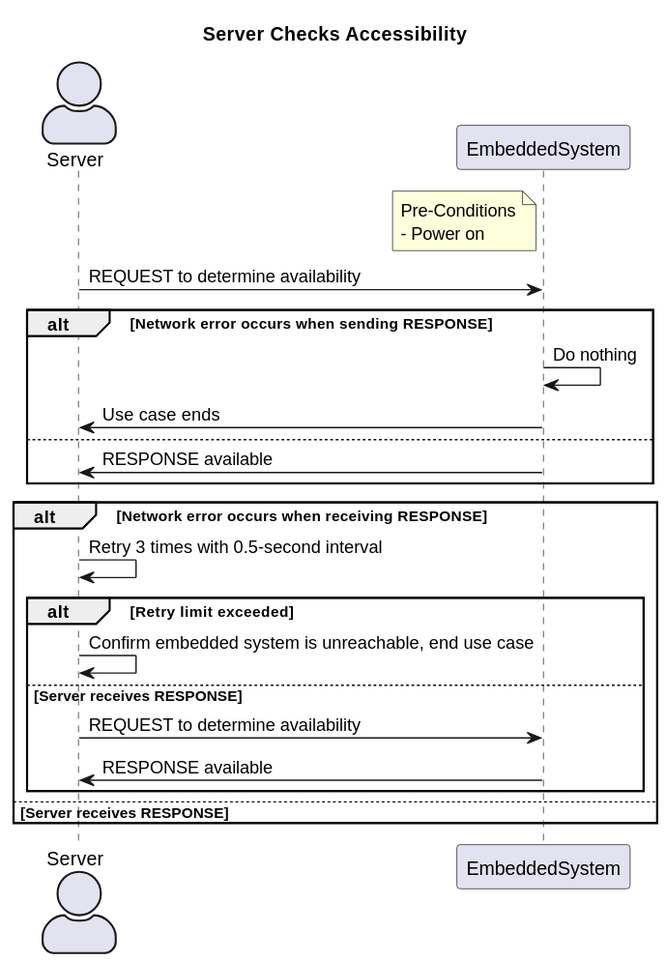
The PlantUML diagram project/RA/UseCasePack/SequenceDiagram/checkAccessibility.svg in DSD-PIrates/DSD-PIrates.github.io, before a commit. Source of this version:
```plantuml
@startuml
skinparam actorStyle awesome
actor Server
participant EmbeddedSystem
title Server Checks Accessibility
note left of EmbeddedSystem: Pre-Conditions\n- Power on

Server -> EmbeddedSystem: REQUEST to determine availability

alt Network error occurs when sending RESPONSE
    EmbeddedSystem -> EmbeddedSystem: Do nothing
    Server <- EmbeddedSystem: Use case ends
else
    EmbeddedSystem -> Server: RESPONSE available
end

alt Network error occurs when receiving RESPONSE
    Server -> Server: Retry 3 times with 0.5-second interval
    alt Retry limit exceeded
        Server -> Server: Confirm embedded system is unreachable, end use case
    else Server receives RESPONSE
        Server -> EmbeddedSystem: REQUEST to determine availability
        EmbeddedSystem -> Server: RESPONSE available
    end
else Server receives RESPONSE
end
@enduml
```
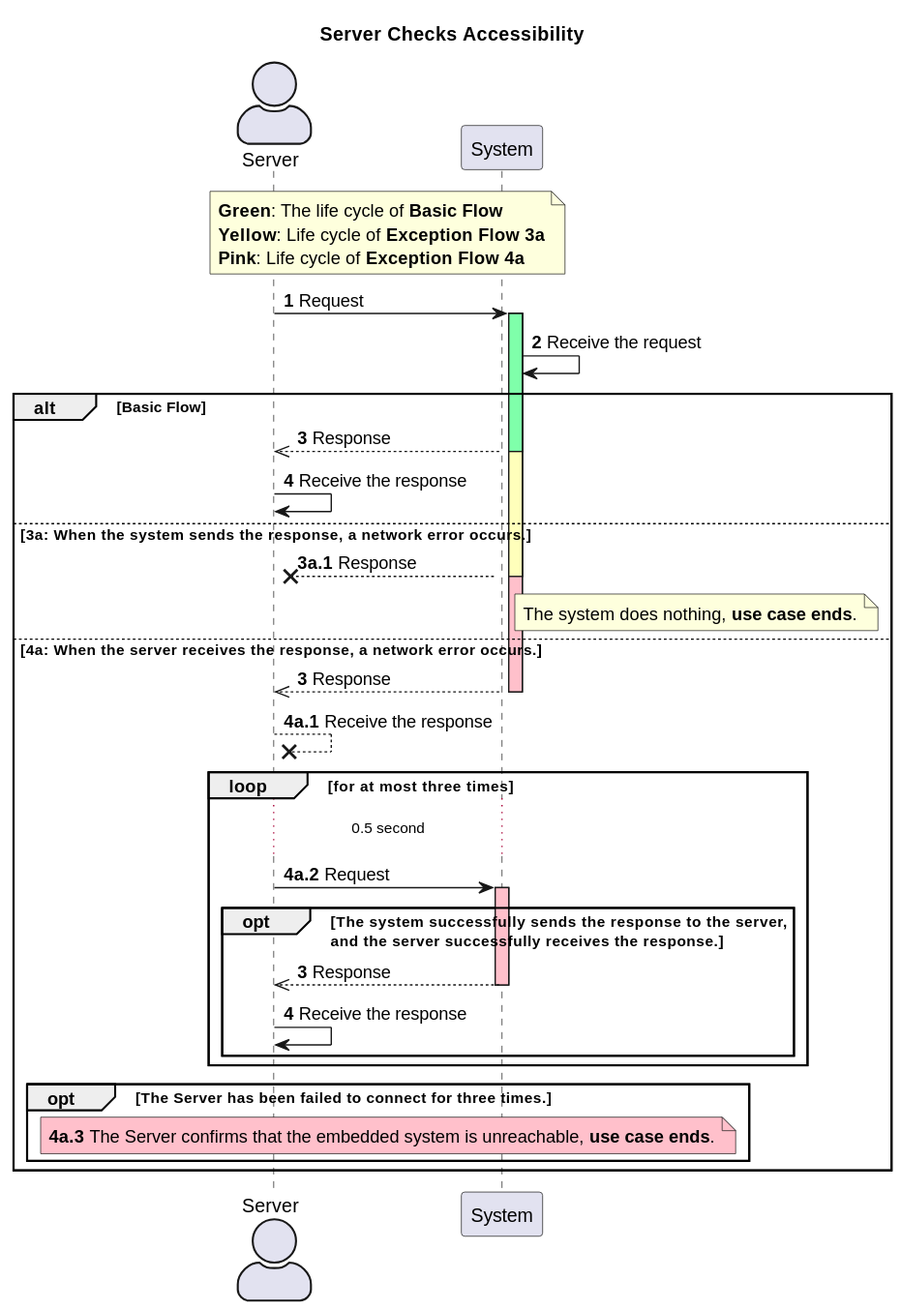
After the change.

What changed in the source:
```diff
@@ -1,27 +1,52 @@
 @startuml
+title Server Checks Accessibility
 skinparam actorStyle awesome
 actor Server
-participant EmbeddedSystem
-title Server Checks Accessibility
-note left of EmbeddedSystem: Pre-Conditions\n- Power on
+participant System
+note over Server, System
+    **Green**: The life cycle of **Basic Flow**
+    **Yellow**: Life cycle of **Exception Flow 3a**
+    **Pink**: Life cycle of **Exception Flow 4a**
+end note
+Server -> System: **1** Request
+activate System #PINK
+activate System #FFB
+activate System #7FFFAA
 
-Server -> EmbeddedSystem: REQUEST to determine availability
+System -> System: **2** Receive the request
 
-alt Network error occurs when sending RESPONSE
-    EmbeddedSystem -> EmbeddedSystem: Do nothing
-    Server <- EmbeddedSystem: Use case ends
-else
-    EmbeddedSystem -> Server: RESPONSE available
-end
+alt Basic Flow
+    System -->> Server: **3** Response
+    deactivate System
+    Server -> Server: **4** Receive the response
 
-alt Network error occurs when receiving RESPONSE
-    Server -> Server: Retry 3 times with 0.5-second interval
-    alt Retry limit exceeded
-        Server -> Server: Confirm embedded system is unreachable, end use case
-    else Server receives RESPONSE
-        Server -> EmbeddedSystem: REQUEST to determine availability
-        EmbeddedSystem -> Server: RESPONSE available
+else 3a: When the system sends the response, a network error occurs.
+    System -->>x Server: **3a.1** Response
+    deactivate System
+    note right of System
+        The system does nothing, **use case ends**.
+    end note
+else 4a: When the server receives the response, a network error occurs.
+    System -->> Server: **3** Response
+    deactivate System
+    Server -->x Server: **4a.1** Receive the response
+
+    loop for at most three times
+        ...0.5 second...
+        Server -> System: **4a.2** Request
+
+        activate System #PINK
+        opt The system successfully sends the response to the server,\nand the server successfully receives the response.
+            System -->> Server: **3** Response
+            deactivate System
+            Server -> Server: **4** Receive the response
+
+        end
     end
-else Server receives RESPONSE
+    opt The Server has been failed to connect for three times.
+        note over System, Server #PINK
+            **4a.3** The Server confirms that the embedded system is unreachable, **use case ends**.
+        end note
+    end
 end
 @enduml
```
